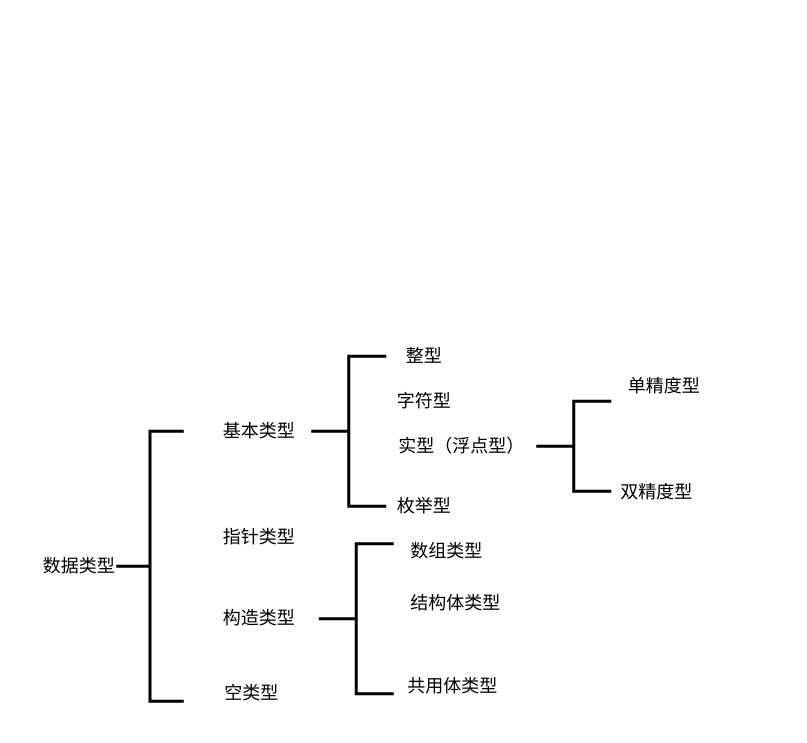
Before: 未命名绘图.drawio in le-maker/config-repo, a draw.io diagram. Source tidied: cells renumbered, new cells numbered last; positions are measured from the earlier drawing's top-left corner, leaving out a move shared by most shapes. Both pictures are drawn from the tidied source at 150%, with x=0, y=0 at pixel (26, 333).
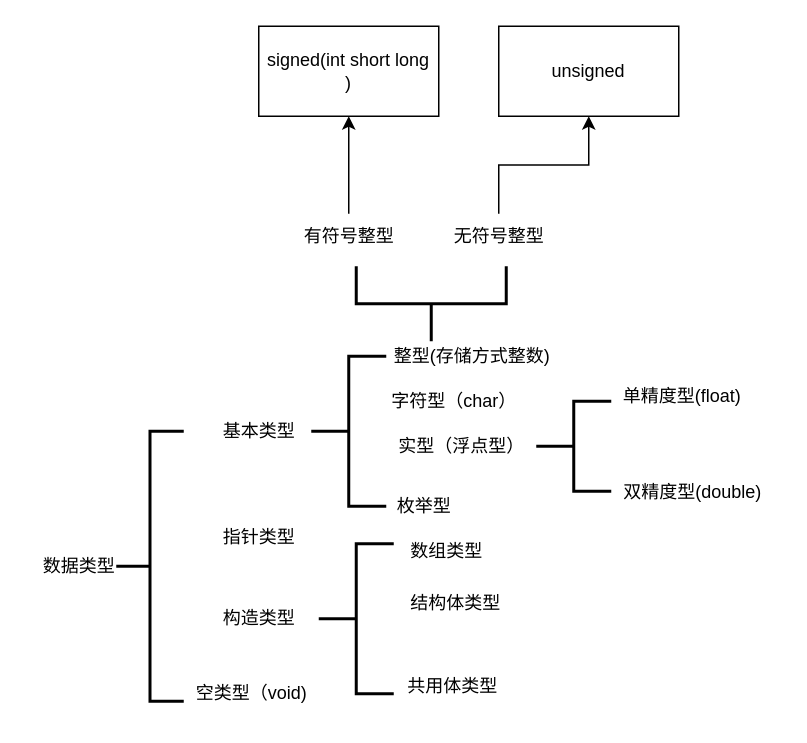
The same diagram, later.

Commit message:
c数据类型基础.drawio

Change to the diagram source:
```diff
@@
-    <mxCell id="7" value="空类型" style="text;html=1;align=center;verticalAlign=middle;strokeColor=none;fillColor=none;" parent="1" vertex="1">
-      <mxGeometry x="120" y="225" width="60" height="30" as="geometry" />
+    <mxCell id="7" value="空类型（void)" style="text;html=1;align=center;verticalAlign=middle;strokeColor=none;fillColor=none;" parent="1" vertex="1">
+      <mxGeometry x="100" y="225" width="100" height="30" as="geometry" />
     </mxCell>
@@
-    <mxCell id="9" value="整型" style="text;html=1;align=center;verticalAlign=middle;strokeColor=none;fillColor=none;" parent="1" vertex="1">
-      <mxGeometry x="240" width="50" height="30" as="geometry" />
+    <mxCell id="9" value="整型(存储方式整数)" style="text;html=1;align=center;verticalAlign=middle;strokeColor=none;fillColor=none;" parent="1" vertex="1">
+      <mxGeometry x="232" width="130" height="30" as="geometry" />
     </mxCell>
-    <mxCell id="10" value="字符型" style="text;html=1;align=center;verticalAlign=middle;strokeColor=none;fillColor=none;" parent="1" vertex="1">
-      <mxGeometry x="235" y="30" width="60" height="30" as="geometry" />
+    <mxCell id="10" value="字符型（char）" style="text;html=1;align=center;verticalAlign=middle;strokeColor=none;fillColor=none;" parent="1" vertex="1">
+      <mxGeometry x="230" y="30" width="110" height="30" as="geometry" />
     </mxCell>
@@
-    <mxCell id="14" value="单精度型" style="text;html=1;align=center;verticalAlign=middle;strokeColor=none;fillColor=none;" parent="1" vertex="1">
-      <mxGeometry x="390" y="20" width="70" height="30" as="geometry" />
+    <mxCell id="14" value="单精度型(float)" style="text;html=1;align=center;verticalAlign=middle;strokeColor=none;fillColor=none;" parent="1" vertex="1">
+      <mxGeometry x="387" y="27" width="100" height="30" as="geometry" />
     </mxCell>
-    <mxCell id="15" value="双精度型" style="text;html=1;align=center;verticalAlign=middle;strokeColor=none;fillColor=none;" parent="1" vertex="1">
-      <mxGeometry x="385" y="91" width="70" height="30" as="geometry" />
+    <mxCell id="15" value="双精度型(double)" style="text;html=1;align=center;verticalAlign=middle;strokeColor=none;fillColor=none;" parent="1" vertex="1">
+      <mxGeometry x="384" y="91" width="120" height="30" as="geometry" />
     </mxCell>
@@
+    <mxCell id="20" style="strokeWidth=2;html=1;shape=mxgraph.flowchart.annotation_2;align=left;labelPosition=right;rotation=-90;" parent="1" vertex="1">
+      <mxGeometry x="245" y="-70" width="50" height="100" as="geometry" />
+    </mxCell>
+    <mxCell id="21" style="edgeStyle=orthogonalEdgeStyle;rounded=0;jettySize=auto;html=1;" parent="1" edge="1" source="22" target="25">
+      <mxGeometry relative="1" as="geometry" />
+    </mxCell>
+    <mxCell id="22" value="有符号整型" style="text;html=1;align=center;verticalAlign=middle;points=[];strokeColor=none;fillColor=none;" parent="1" vertex="1">
+      <mxGeometry x="175" y="-80" width="80" height="30" as="geometry" />
+    </mxCell>
+    <mxCell id="23" style="edgeStyle=orthogonalEdgeStyle;rounded=0;jettySize=auto;html=1;" parent="1" edge="1" source="24" target="26">
+      <mxGeometry relative="1" as="geometry" />
+    </mxCell>
+    <mxCell id="24" value="无符号整型" style="text;html=1;align=center;verticalAlign=middle;points=[];strokeColor=none;fillColor=none;" parent="1" vertex="1">
+      <mxGeometry x="275" y="-80" width="80" height="30" as="geometry" />
+    </mxCell>
+    <mxCell id="25" value="signed(int short long&lt;br&gt;)" style="whiteSpace=wrap;html=1;" parent="1" vertex="1">
+      <mxGeometry x="155" y="-205" width="120" height="60" as="geometry" />
+    </mxCell>
+    <mxCell id="26" value="unsigned" style="whiteSpace=wrap;html=1;" parent="1" vertex="1">
+      <mxGeometry x="315" y="-205" width="120" height="60" as="geometry" />
+    </mxCell>
```
